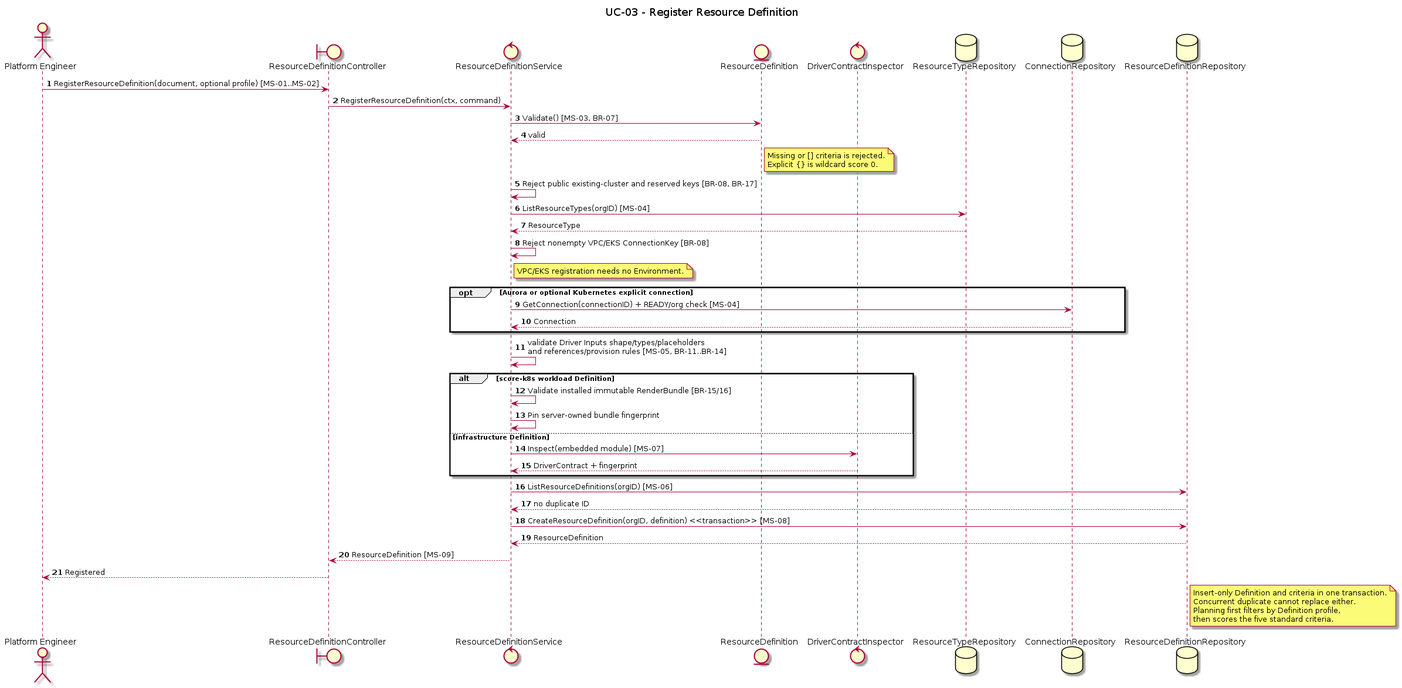
Above: orchestrator_docs/usecase/UC-03/sequence.png in pr3s3nt/poc (PlantUML), before the change. Its source is kept beside it as orchestrator_docs/usecase/UC-03/sequence.puml.
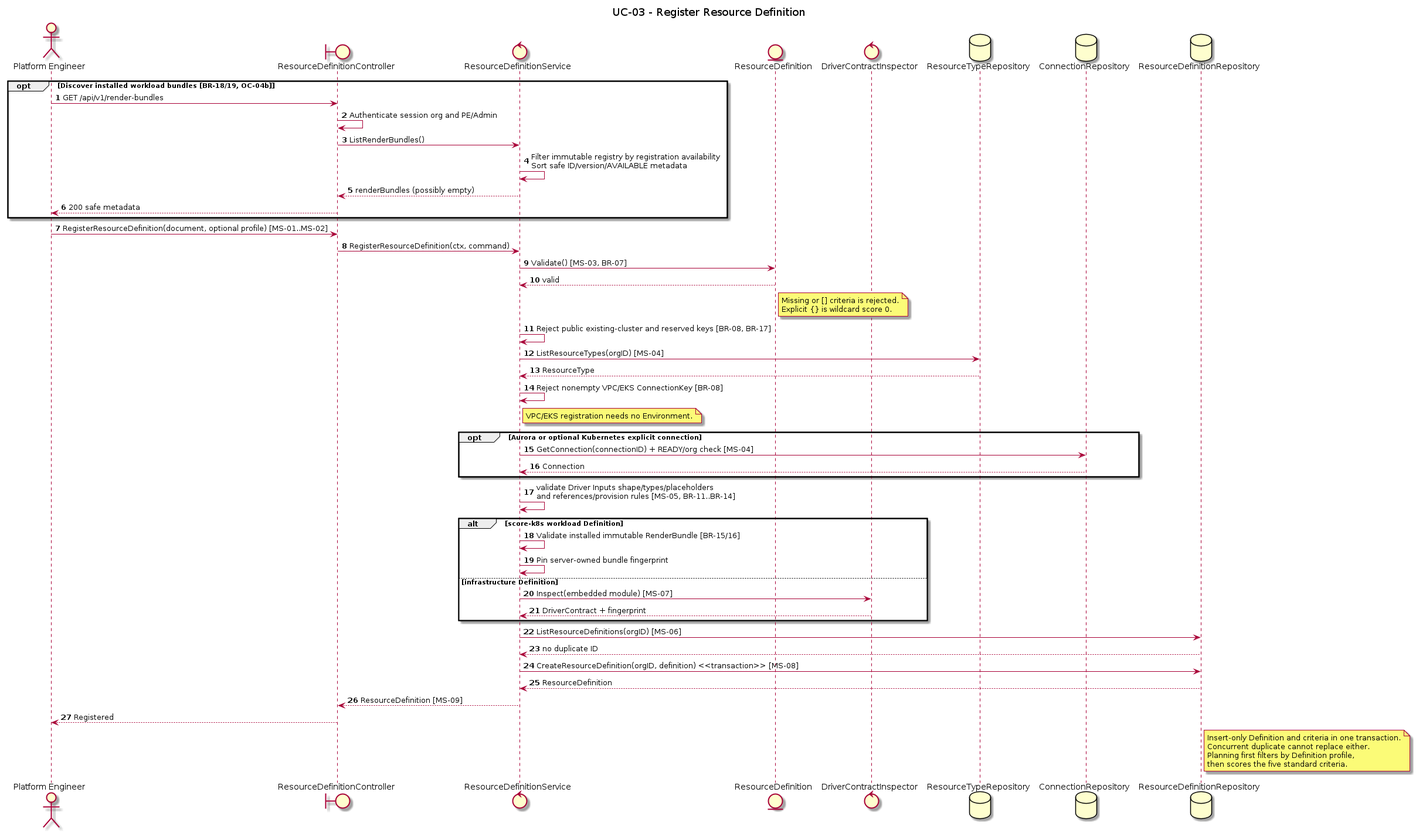
After the change.

What changed in the source:
```diff
@@ -9,6 +9,15 @@
 database ResourceTypeRepository as TypeRepo
 database ConnectionRepository as ConnectionRepo
 database ResourceDefinitionRepository as DefinitionRepo
+
+opt Discover installed workload bundles [BR-18/19, OC-04b]
+PE -> API: GET /api/v1/render-bundles
+API -> API: Authenticate session org and PE/Admin
+API -> Service: ListRenderBundles()
+Service -> Service: Filter immutable registry by registration availability\nSort safe ID/version/AVAILABLE metadata
+Service --> API: renderBundles (possibly empty)
+API --> PE: 200 safe metadata
+end
 
 PE -> API: RegisterResourceDefinition(document, optional profile) [MS-01..MS-02]
 API -> Service: RegisterResourceDefinition(ctx, command)
```
